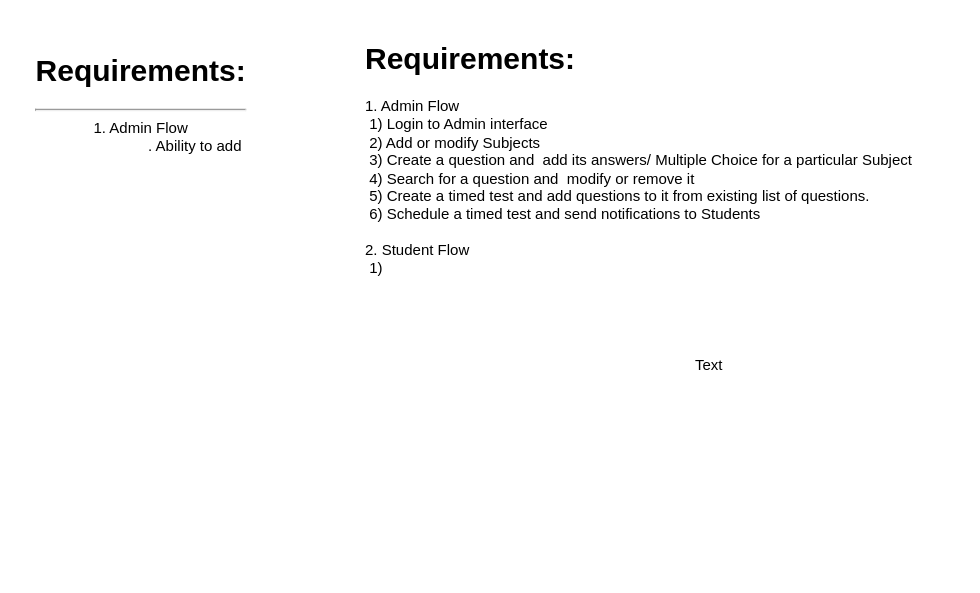
The draw.io diagram System Design- Pareeksha.drawio in Saikapp/order-management-system, before the edit. Source tidied: cells renumbered, new cells numbered last; positions are measured from the earlier drawing's top-left corner, leaving out a move shared by most shapes. Both pictures are drawn from the tidied source at 125%, with x=0, y=0 at pixel (21, 21).
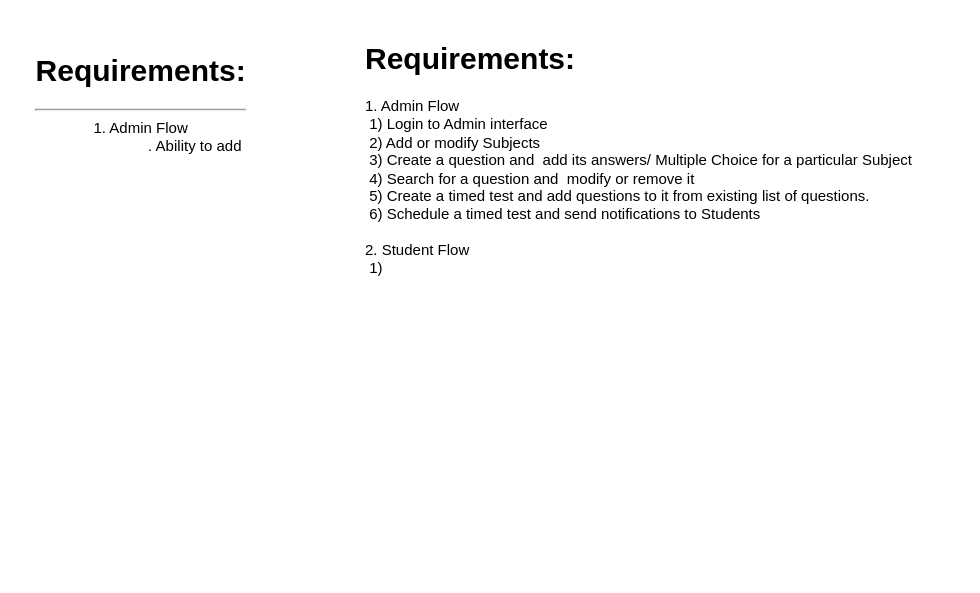
Above is the later version.

Diff of the diagram source:
```diff
@@
 <mxGraphModel>
   <root>
     <mxCell id="0" />
     <mxCell id="1" parent="0" />
     <mxCell id="2" value="&lt;h1&gt;Requirements:&lt;/h1&gt;&lt;div&gt;&lt;hr id=&quot;null&quot;&gt;1. Admin Flow&lt;/div&gt;&lt;div style=&quot;text-align: right;&quot;&gt;. Ability to add&amp;nbsp;&lt;/div&gt;&lt;div&gt;&lt;br&gt;&lt;/div&gt;" style="text;html=1;align=center;verticalAlign=middle;strokeColor=none;fillColor=none;" parent="1" vertex="1">
       <mxGeometry width="190" height="130" as="geometry" />
     </mxCell>
-    <mxCell id="3" value="Text" style="text;html=1;strokeColor=none;fillColor=none;align=center;verticalAlign=middle;whiteSpace=wrap;rounded=0;" parent="1" vertex="1">
-      <mxGeometry x="520" y="260" width="60" height="30" as="geometry" />
-    </mxCell>
-    <mxCell id="4" value="&lt;h1&gt;Requirements:&lt;/h1&gt;&lt;div&gt;1. Admin Flow&lt;/div&gt;&lt;div&gt;&lt;span style=&quot;white-space: pre;&quot;&gt; &lt;/span&gt;1)&amp;nbsp;Login to Admin interface&lt;br&gt;&lt;/div&gt;&lt;div&gt;&lt;span style=&quot;white-space: pre;&quot;&gt; &lt;/span&gt;2) Add or modify Subjects&lt;br&gt;&lt;/div&gt;&lt;div&gt;&lt;span style=&quot;white-space: pre;&quot;&gt; &lt;/span&gt;3) Create a question and&amp;nbsp; add its answers/ Multiple Choice for a particular Subject&lt;br&gt;&lt;/div&gt;&lt;div&gt;&lt;span style=&quot;white-space: pre;&quot;&gt; &lt;/span&gt;4) Search for a question and&amp;nbsp; modify or remove it&lt;br&gt;&lt;/div&gt;&lt;div&gt;&lt;span style=&quot;white-space: pre;&quot;&gt; &lt;/span&gt;5) Create a timed test and add questions to it from existing list of questions.&lt;br&gt;&lt;/div&gt;&lt;div&gt;&lt;span style=&quot;white-space: pre;&quot;&gt; &lt;/span&gt;6) Schedule a timed test and send notifications to Students&lt;br&gt;&lt;/div&gt;&lt;div&gt;&lt;br&gt;&lt;/div&gt;&lt;div&gt;2. Student Flow&lt;/div&gt;&lt;div&gt;&lt;span style=&quot;white-space: pre;&quot;&gt; &lt;/span&gt;1)&lt;br&gt;&lt;/div&gt;&lt;div&gt;&lt;span style=&quot;white-space: pre;&quot;&gt; &lt;/span&gt;&lt;br&gt;&lt;/div&gt;" style="text;html=1;strokeColor=none;fillColor=none;spacing=5;spacingTop=-20;whiteSpace=wrap;overflow=hidden;rounded=0;" parent="1" vertex="1">
-      <mxGeometry x="270" y="10" width="480" height="350" as="geometry" />
+    <mxCell id="4" value="&lt;h1&gt;Requirements:&lt;/h1&gt;&lt;div&gt;1. Admin Flow&lt;/div&gt;&lt;div&gt;&lt;span style=&quot;white-space: pre;&quot;&gt; &lt;/span&gt;1)&amp;nbsp;Login to Admin interface&lt;br&gt;&lt;/div&gt;&lt;div&gt;&lt;span style=&quot;white-space: pre;&quot;&gt; &lt;/span&gt;2) Add or modify Subjects&lt;br&gt;&lt;/div&gt;&lt;div&gt;&lt;span style=&quot;white-space: pre;&quot;&gt; &lt;/span&gt;3) Create a question and&amp;nbsp; add its answers/ Multiple Choice for a particular Subject&lt;br&gt;&lt;/div&gt;&lt;div&gt;&lt;span style=&quot;white-space: pre;&quot;&gt; &lt;/span&gt;4) Search for a question and&amp;nbsp; modify or remove it&lt;br&gt;&lt;/div&gt;&lt;div&gt;&lt;span style=&quot;white-space: pre;&quot;&gt; &lt;/span&gt;5) Create a timed test and add questions to it from existing list of questions.&lt;br&gt;&lt;/div&gt;&lt;div&gt;&lt;span style=&quot;white-space: pre;&quot;&gt; &lt;/span&gt;6) Schedule a timed test and send notifications to Students&lt;br&gt;&lt;/div&gt;&lt;div&gt;&lt;br&gt;&lt;/div&gt;&lt;div&gt;2. Student Flow&lt;/div&gt;&lt;div&gt;&lt;span style=&quot;white-space: pre;&quot;&gt; &lt;/span&gt;1)&amp;nbsp;&lt;br&gt;&lt;/div&gt;&lt;div&gt;&lt;span style=&quot;white-space: pre;&quot;&gt; &lt;/span&gt;&lt;br&gt;&lt;/div&gt;" style="text;html=1;strokeColor=none;fillColor=none;spacing=5;spacingTop=-20;whiteSpace=wrap;overflow=hidden;rounded=0;" parent="1" vertex="1">
+      <mxGeometry x="270" y="10" width="480" height="430" as="geometry" />
     </mxCell>
   </root>
 </mxGraphModel>
```
